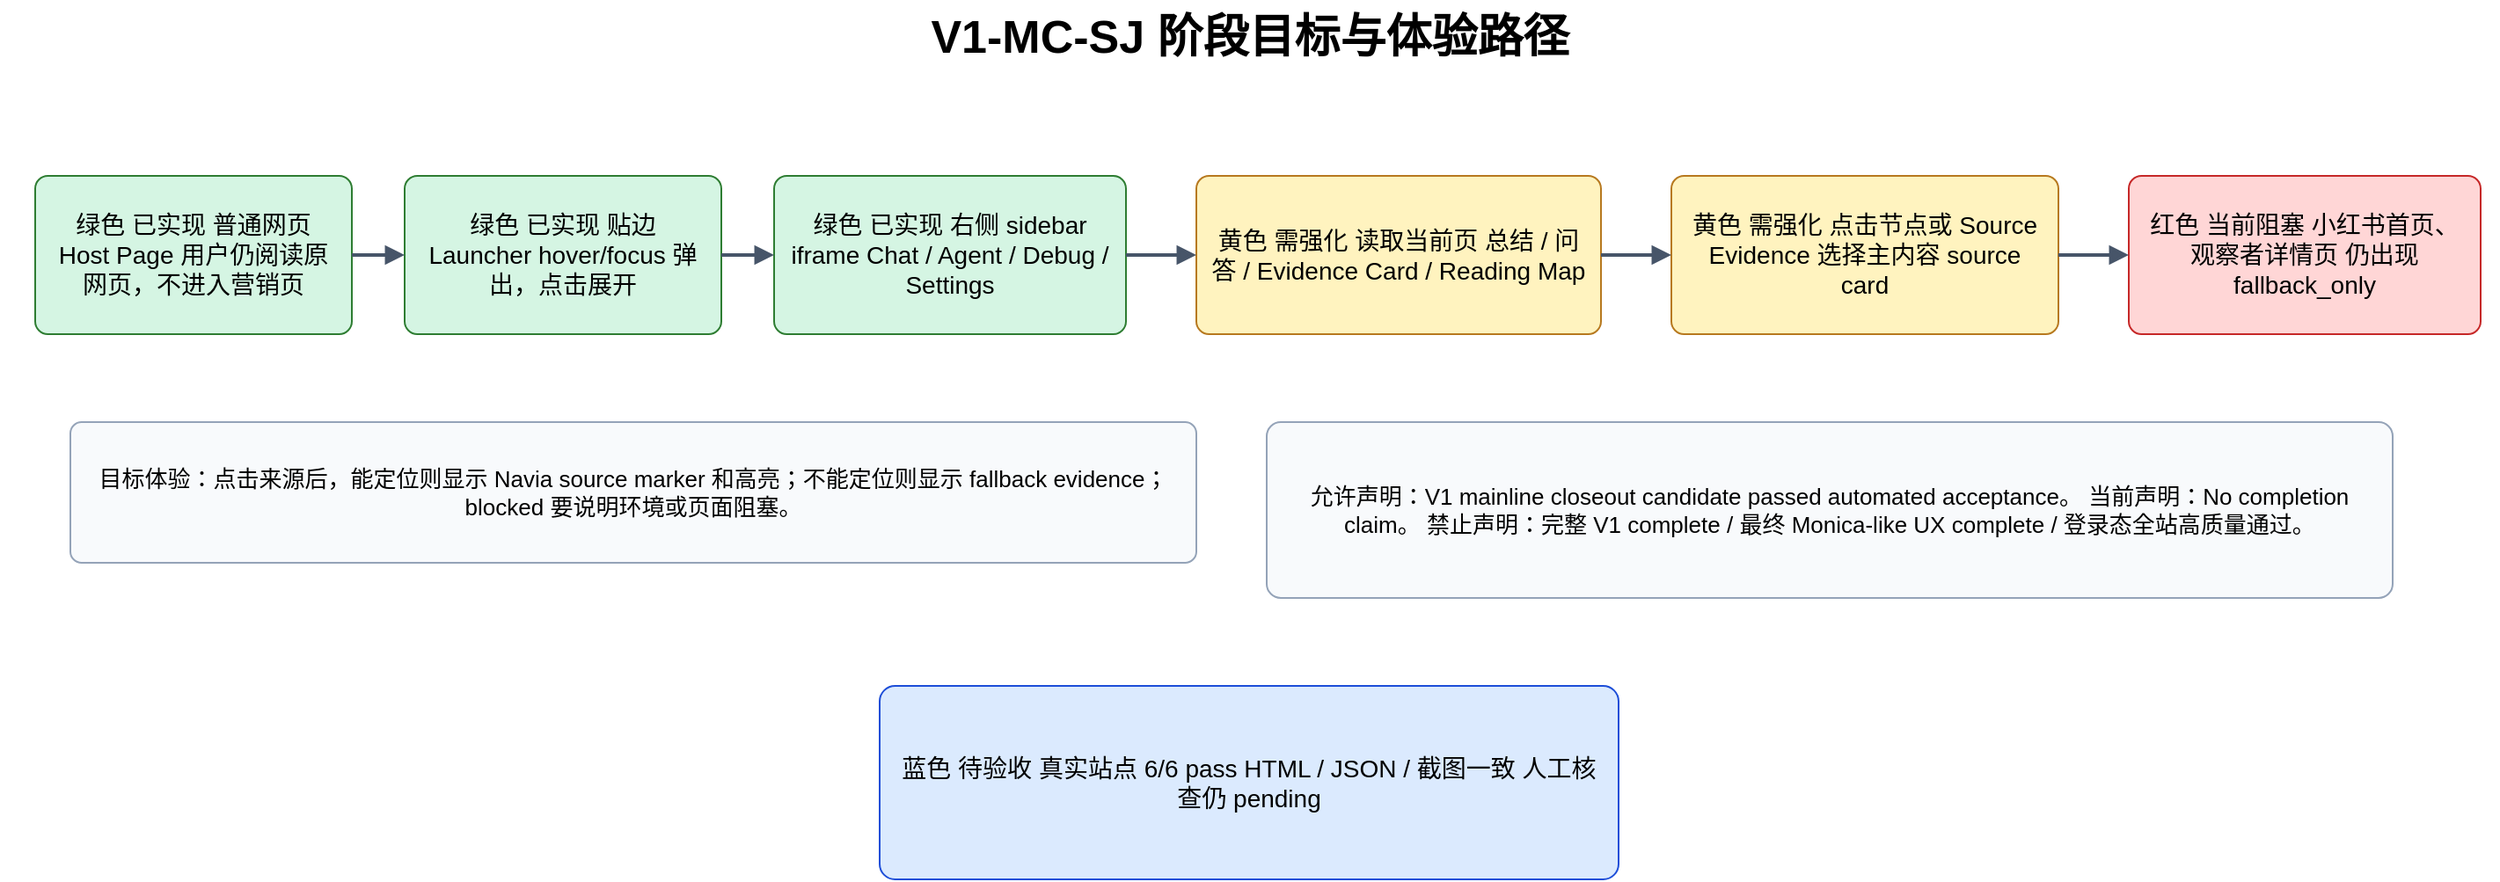
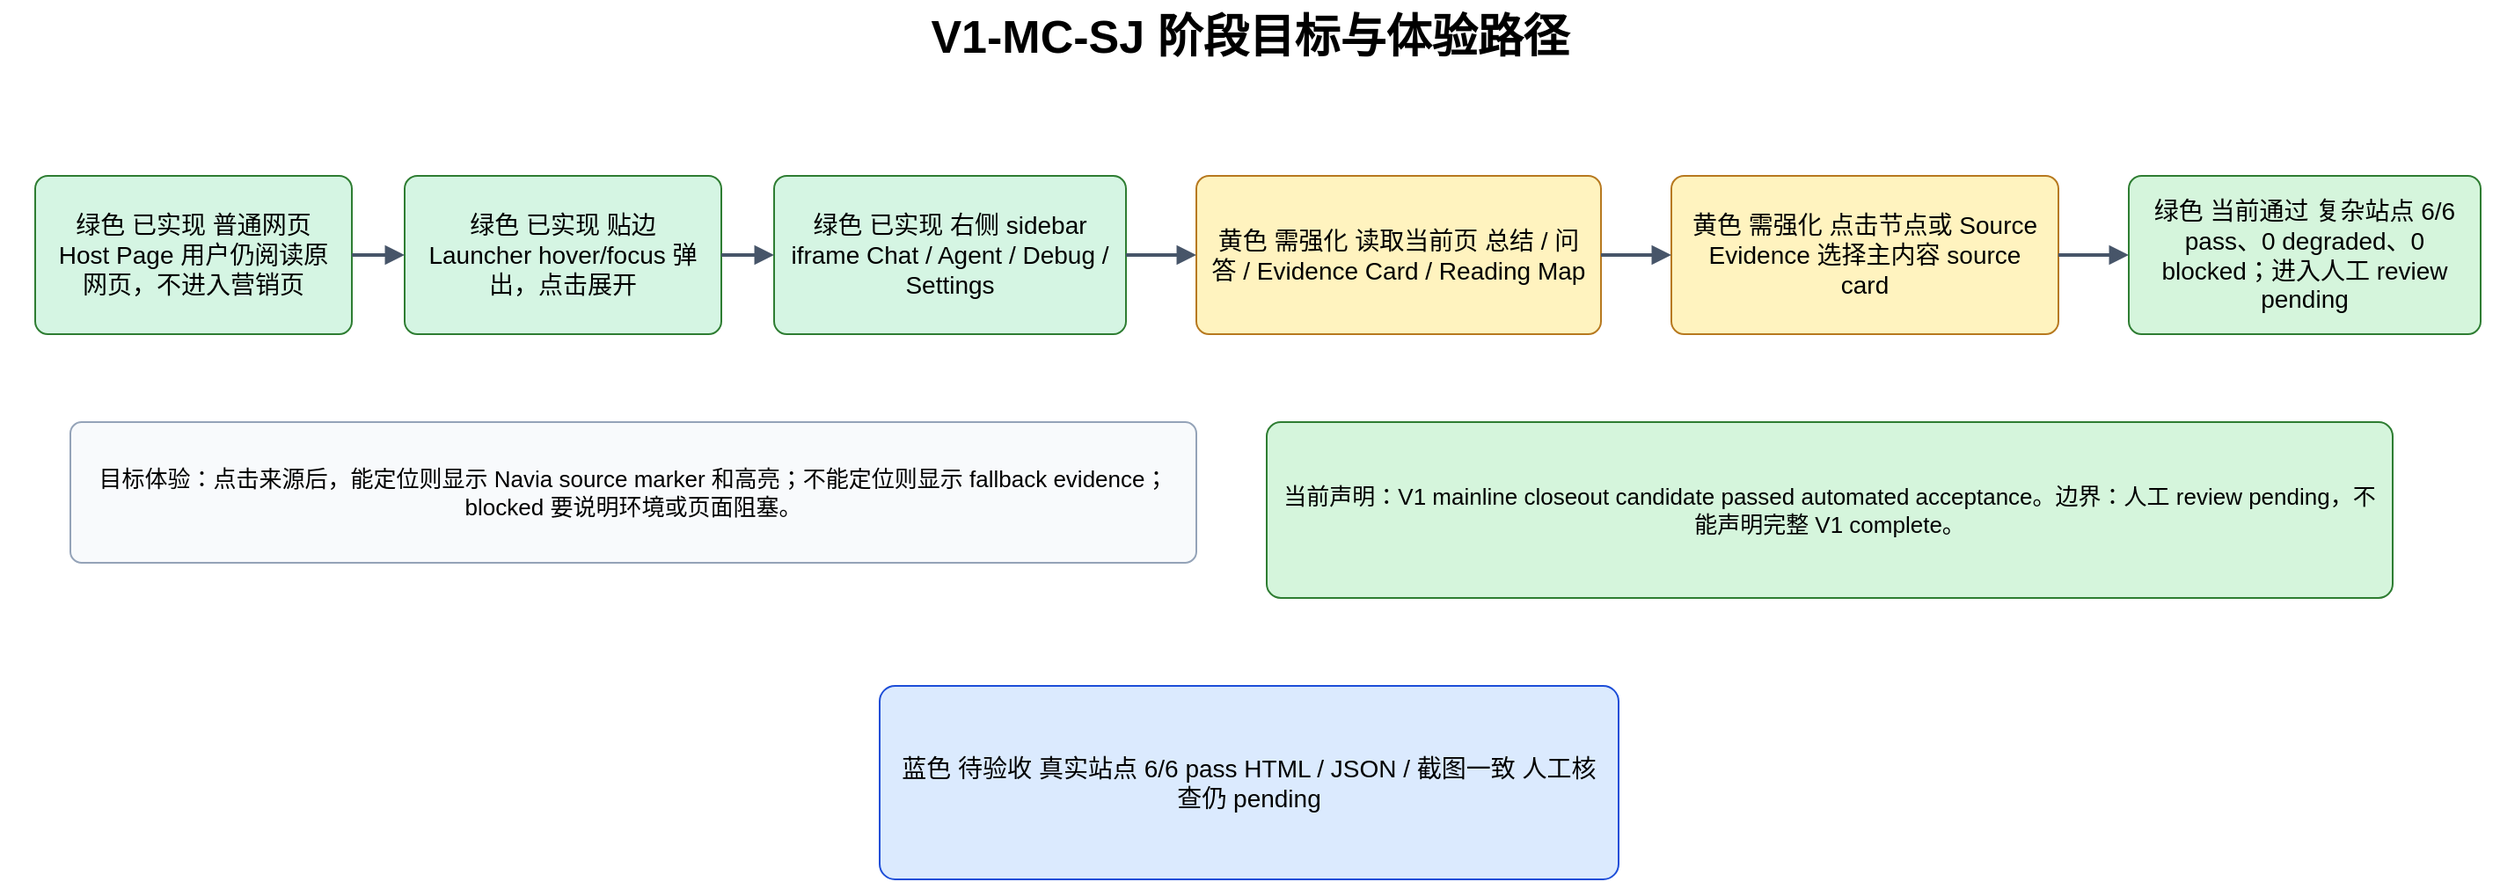
<mxfile host="Electron" agent="Codex" pages="8">
  <diagram id="v1mc-01" name="01 阶段目标与体验路径">
    <mxGraphModel dx="1500" dy="900" grid="1" gridSize="10" guides="1" tooltips="1" connect="1" arrows="1" fold="1" page="1" pageScale="1" pageWidth="1500" pageHeight="900" math="0" shadow="0">
      <root>
        <mxCell id="0" />
        <mxCell id="1" parent="0" />
        <mxCell id="v1mc-01-title" parent="1" style="text;html=1;fontSize=26;fontStyle=1;align=center;verticalAlign=middle;strokeColor=none;fillColor=none;" value="V1-MC-SJ 阶段目标与体验路径" vertex="1">
          <mxGeometry x="40" y="20" width="1420" height="42" as="geometry" />
        </mxCell>
        <mxCell id="c1" parent="1" style="rounded=1;whiteSpace=wrap;html=1;fontSize=14;spacing=8;arcSize=8;fillColor=#d5f5e3;strokeColor=#2e7d32;" value="绿色 已实现 普通网页 Host Page 用户仍阅读原网页，不进入营销页" vertex="1">
          <mxGeometry x="60" y="120" width="180" height="90" as="geometry" />
        </mxCell>
        <mxCell id="c2" parent="1" style="rounded=1;whiteSpace=wrap;html=1;fontSize=14;spacing=8;arcSize=8;fillColor=#d5f5e3;strokeColor=#2e7d32;" value="绿色 已实现 贴边 Launcher hover/focus 弹出，点击展开" vertex="1">
          <mxGeometry x="270" y="120" width="180" height="90" as="geometry" />
        </mxCell>
        <mxCell id="c3" parent="1" style="rounded=1;whiteSpace=wrap;html=1;fontSize=14;spacing=8;arcSize=8;fillColor=#d5f5e3;strokeColor=#2e7d32;" value="绿色 已实现 右侧 sidebar iframe Chat / Agent / Debug / Settings" vertex="1">
          <mxGeometry x="480" y="120" width="200" height="90" as="geometry" />
        </mxCell>
        <mxCell id="c4" parent="1" style="rounded=1;whiteSpace=wrap;html=1;fontSize=14;spacing=8;arcSize=8;fillColor=#fff3bf;strokeColor=#b7791f;" value="黄色 需强化 读取当前页 总结 / 问答 / Evidence Card / Reading Map" vertex="1">
          <mxGeometry x="720" y="120" width="230" height="90" as="geometry" />
        </mxCell>
        <mxCell id="c5" parent="1" style="rounded=1;whiteSpace=wrap;html=1;fontSize=14;spacing=8;arcSize=8;fillColor=#fff3bf;strokeColor=#b7791f;" value="黄色 需强化 点击节点或 Source Evidence 选择主内容 source card" vertex="1">
          <mxGeometry x="990" y="120" width="220" height="90" as="geometry" />
        </mxCell>
-         <mxCell id="c6" parent="1" style="rounded=1;whiteSpace=wrap;html=1;fontSize=14;spacing=8;arcSize=8;fillColor=#ffd6d6;strokeColor=#c62828;" value="红色 当前阻塞 小红书首页、观察者详情页 仍出现 fallback_only" vertex="1">
+         <mxCell id="c6" parent="1" style="rounded=1;whiteSpace=wrap;html=1;fontSize=14;spacing=8;arcSize=8;fillColor=#d5f5dc;strokeColor=#2e7d32;" value="绿色 当前通过 复杂站点 6/6 pass、0 degraded、0 blocked；进入人工 review pending" vertex="1">
          <mxGeometry x="1250" y="120" width="200" height="90" as="geometry" />
        </mxCell>
        <mxCell id="c7" parent="1" style="rounded=1;whiteSpace=wrap;html=1;fontSize=13;spacing=8;arcSize=8;fillColor=#f8fafc;strokeColor=#94a3b8;" value="目标体验：点击来源后，能定位则显示 Navia source marker 和高亮；不能定位则显示 fallback evidence；blocked 要说明环境或页面阻塞。" vertex="1">
          <mxGeometry x="80" y="260" width="640" height="80" as="geometry" />
        </mxCell>
-         <mxCell id="c8" parent="1" style="rounded=1;whiteSpace=wrap;html=1;fontSize=13;spacing=8;arcSize=8;fillColor=#f8fafc;strokeColor=#94a3b8;" value="允许声明：V1 mainline closeout candidate passed automated acceptance。 当前声明：No completion claim。 禁止声明：完整 V1 complete / 最终 Monica-like UX complete / 登录态全站高质量通过。" vertex="1">
+         <mxCell id="c8" parent="1" style="rounded=1;whiteSpace=wrap;html=1;fontSize=13;spacing=8;arcSize=8;fillColor=#d5f5dc;strokeColor=#2e7d32;" value="当前声明：V1 mainline closeout candidate passed automated acceptance。边界：人工 review pending，不能声明完整 V1 complete。" vertex="1">
          <mxGeometry x="760" y="260" width="640" height="100" as="geometry" />
        </mxCell>
        <mxCell id="c9" parent="1" style="rounded=1;whiteSpace=wrap;html=1;fontSize=14;spacing=8;arcSize=8;fillColor=#dbeafe;strokeColor=#1d4ed8;" value="蓝色 待验收 真实站点 6/6 pass HTML / JSON / 截图一致 人工核查仍 pending" vertex="1">
          <mxGeometry x="540" y="410" width="420" height="110" as="geometry" />
        </mxCell>
        <mxCell id="e10" parent="1" style="edgeStyle=orthogonalEdgeStyle;rounded=0;orthogonalLoop=1;jettySize=auto;html=1;endArrow=block;strokeWidth=2;strokeColor=#475569;" value="" edge="1" source="c1" target="c2">
          <mxGeometry relative="1" as="geometry" />
        </mxCell>
        <mxCell id="e11" parent="1" style="edgeStyle=orthogonalEdgeStyle;rounded=0;orthogonalLoop=1;jettySize=auto;html=1;endArrow=block;strokeWidth=2;strokeColor=#475569;" value="" edge="1" source="c2" target="c3">
          <mxGeometry relative="1" as="geometry" />
        </mxCell>
        <mxCell id="e12" parent="1" style="edgeStyle=orthogonalEdgeStyle;rounded=0;orthogonalLoop=1;jettySize=auto;html=1;endArrow=block;strokeWidth=2;strokeColor=#475569;" value="" edge="1" source="c3" target="c4">
          <mxGeometry relative="1" as="geometry" />
        </mxCell>
        <mxCell id="e13" parent="1" style="edgeStyle=orthogonalEdgeStyle;rounded=0;orthogonalLoop=1;jettySize=auto;html=1;endArrow=block;strokeWidth=2;strokeColor=#475569;" value="" edge="1" source="c4" target="c5">
          <mxGeometry relative="1" as="geometry" />
        </mxCell>
        <mxCell id="e14" parent="1" style="edgeStyle=orthogonalEdgeStyle;rounded=0;orthogonalLoop=1;jettySize=auto;html=1;endArrow=block;strokeWidth=2;strokeColor=#475569;" value="" edge="1" source="c5" target="c6">
          <mxGeometry relative="1" as="geometry" />
        </mxCell>
      </root>
    </mxGraphModel>
  </diagram>
  <diagram id="v1mc-02" name="02 当前架构与目标架构差异">
    <mxGraphModel dx="1500" dy="900" grid="1" gridSize="10" guides="1" tooltips="1" connect="1" arrows="1" fold="1" page="1" pageScale="1" pageWidth="1500" pageHeight="900" math="0" shadow="0">
      <root>
        <mxCell id="0" />
        <mxCell id="1" parent="0" />
        <mxCell id="v1mc-02-title" parent="1" style="text;html=1;fontSize=26;fontStyle=1;align=center;verticalAlign=middle;strokeColor=none;fillColor=none;" value="当前架构与目标架构差异：具体实现实体" vertex="1">
          <mxGeometry x="40" y="20" width="1420" height="42" as="geometry" />
        </mxCell>
        <mxCell id="c15" parent="1" style="rounded=1;whiteSpace=wrap;html=1;fontSize=14;spacing=8;arcSize=8;fillColor=#d5f5e3;strokeColor=#2e7d32;" value="绿色 已实现 Host Page DOM 真实网页正文 / feed / 评论 / 推荐 / 登录态差异" vertex="1">
          <mxGeometry x="70" y="95" width="390" height="82" as="geometry" />
        </mxCell>
        <mxCell id="c16" parent="1" style="rounded=1;whiteSpace=wrap;html=1;fontSize=14;spacing=8;arcSize=8;fillColor=#ffffff;strokeColor=#607d8b;" value="目标差异 不让评论/推荐/站点壳主导主内容；public no-login 与 logged-in 分流" vertex="1">
          <mxGeometry x="520" y="95" width="420" height="82" as="geometry" />
        </mxCell>
        <mxCell id="c17" parent="1" style="rounded=1;whiteSpace=wrap;html=1;fontSize=14;spacing=8;arcSize=8;fillColor=#fff3bf;strokeColor=#b7791f;" value="黄色 需修改 pageContext.ts + contentBridge.ts 抽取 DOM signals；执行 source jumpback；注入 launcher/sidebar" vertex="1">
          <mxGeometry x="70" y="210" width="390" height="82" as="geometry" />
        </mxCell>
        <mxCell id="c18" parent="1" style="rounded=1;whiteSpace=wrap;html=1;fontSize=14;spacing=8;arcSize=8;fillColor=#ffffff;strokeColor=#607d8b;" value="目标差异 多 sourceRef / selector / domPath / textQuote / href-card 定位；失败保留 fallback" vertex="1">
          <mxGeometry x="520" y="210" width="420" height="82" as="geometry" />
        </mxCell>
        <mxCell id="c19" parent="1" style="rounded=1;whiteSpace=wrap;html=1;fontSize=14;spacing=8;arcSize=8;fillColor=#fff3bf;strokeColor=#b7791f;" value="黄色 需修改 sidepanel/main.tsx + B Renderer ArtifactInlineCard / mindmapPresentation / Reading Map / source card 排序" vertex="1">
          <mxGeometry x="70" y="325" width="390" height="82" as="geometry" />
        </mxCell>
        <mxCell id="c20" parent="1" style="rounded=1;whiteSpace=wrap;html=1;fontSize=14;spacing=8;arcSize=8;fillColor=#ffffff;strokeColor=#607d8b;" value="目标差异 source card 主内容优先；E2E 记录 selectedSourceCardIndex 和 reason" vertex="1">
          <mxGeometry x="520" y="325" width="420" height="82" as="geometry" />
        </mxCell>
        <mxCell id="c21" parent="1" style="rounded=1;whiteSpace=wrap;html=1;fontSize=14;spacing=8;arcSize=8;fillColor=#d5f5e3;strokeColor=#2e7d32;" value="绿色 已实现 runtimeClient.ts + background proxy /v1/health、session、chat stream、runtimeFetch/runtimeStream" vertex="1">
          <mxGeometry x="70" y="440" width="390" height="82" as="geometry" />
        </mxCell>
        <mxCell id="c22" parent="1" style="rounded=1;whiteSpace=wrap;html=1;fontSize=14;spacing=8;arcSize=8;fillColor=#ffffff;strokeColor=#607d8b;" value="目标差异 不新增 Runtime public API；错误保持可审计" vertex="1">
          <mxGeometry x="520" y="440" width="420" height="82" as="geometry" />
        </mxCell>
        <mxCell id="c23" parent="1" style="rounded=1;whiteSpace=wrap;html=1;fontSize=14;spacing=8;arcSize=8;fillColor=#fff3bf;strokeColor=#b7791f;" value="黄色 需修改 Local Runtime A/D/C A Page Reading SourceRef；D Artifact/Event/Trace；C Mindmap nodeSourceMap" vertex="1">
          <mxGeometry x="70" y="555" width="390" height="82" as="geometry" />
        </mxCell>
        <mxCell id="c24" parent="1" style="rounded=1;whiteSpace=wrap;html=1;fontSize=14;spacing=8;arcSize=8;fillColor=#ffffff;strokeColor=#607d8b;" value="目标差异 A/C/D 不被 UI 反向污染；只改善 SourceRef 和 nodeSourceMap 质量" vertex="1">
          <mxGeometry x="520" y="555" width="420" height="82" as="geometry" />
        </mxCell>
        <mxCell id="c25" parent="1" style="rounded=1;whiteSpace=wrap;html=1;fontSize=14;spacing=8;arcSize=8;fillColor=#dbeafe;strokeColor=#1d4ed8;" value="蓝色 待验收 E2E + evidence reports v1_real_site_complex_pages / external_visual / mainline_closeout" vertex="1">
          <mxGeometry x="70" y="670" width="390" height="82" as="geometry" />
        </mxCell>
-         <mxCell id="c26" parent="1" style="rounded=1;whiteSpace=wrap;html=1;fontSize=14;spacing=8;arcSize=8;fillColor=#ffffff;strokeColor=#607d8b;" value="目标差异 6/6 pass 才能 candidate pass；失败时 no-completion claim" vertex="1">
+         <mxCell id="c26" parent="1" style="rounded=1;whiteSpace=wrap;html=1;fontSize=14;spacing=8;arcSize=8;fillColor=#d5f5dc;strokeColor=#2e7d32;" value="目标差异 当前 real-site 6/6 pass，V1-MC 自动化候选通过；人工 review 前不得声明完整 V1 complete" vertex="1">
          <mxGeometry x="520" y="670" width="420" height="82" as="geometry" />
        </mxCell>
-         <mxCell id="c27" parent="1" style="rounded=1;whiteSpace=wrap;html=1;fontSize=14;spacing=8;arcSize=8;fillColor=#ffd6d6;strokeColor=#c62828;" value="红色 阻塞 xiaohongshu-homepage fallback_shown source_not_found_in_dom" vertex="1">
+         <mxCell id="c27" parent="1" style="rounded=1;whiteSpace=wrap;html=1;fontSize=14;spacing=8;arcSize=8;fillColor=#fff3cd;strokeColor=#b26a00;" value="黄色 回归风险 小红书首页 / 详情当前已恢复 highlighted；若未来 blocked 或 fallback 必须打回质量硬化并撤回候选通过" vertex="1">
          <mxGeometry x="1020" y="145" width="330" height="95" as="geometry" />
        </mxCell>
-         <mxCell id="c28" parent="1" style="rounded=1;whiteSpace=wrap;html=1;fontSize=14;spacing=8;arcSize=8;fillColor=#ffd6d6;strokeColor=#c62828;" value="红色 阻塞 guancha-detail fallback_shown source card 可能指向评论/推荐/最新视频" vertex="1">
+         <mxCell id="c28" parent="1" style="rounded=1;whiteSpace=wrap;html=1;fontSize=14;spacing=8;arcSize=8;fillColor=#fff3bf;strokeColor=#b7791f;" value="黄色 复验风险 guancha-detail source card 可能指向评论/推荐/最新视频" vertex="1">
          <mxGeometry x="1020" y="285" width="330" height="110" as="geometry" />
        </mxCell>
-         <mxCell id="c29" parent="1" style="rounded=1;whiteSpace=wrap;html=1;fontSize=14;spacing=8;arcSize=8;fillColor=#eeeeee;strokeColor=#666666;" value="图例：绿色=已实现/已通过；黄色=需修改；蓝色=待验收；红色=阻塞/false-green 风险；灰色=历史或保留入口。" vertex="1">
+         <mxCell id="c29" parent="1" style="rounded=1;whiteSpace=wrap;html=1;fontSize=14;spacing=8;arcSize=8;fillColor=#eeeeee;strokeColor=#666666;" value="图例：绿色=已实现/已通过；黄色=需修改或复验风险；蓝色=待验收；红色=false-green 风险或禁止声明；灰色=历史或保留入口。" vertex="1">
          <mxGeometry x="970" y="500" width="420" height="105" as="geometry" />
        </mxCell>
        <mxCell id="e30" parent="1" style="edgeStyle=orthogonalEdgeStyle;rounded=0;orthogonalLoop=1;jettySize=auto;html=1;endArrow=block;strokeWidth=2;strokeColor=#475569;" value="DOM signals" edge="1" source="c15" target="c17">
          <mxGeometry relative="1" as="geometry" />
        </mxCell>
        <mxCell id="e31" parent="1" style="edgeStyle=orthogonalEdgeStyle;rounded=0;orthogonalLoop=1;jettySize=auto;html=1;endArrow=block;strokeWidth=2;strokeColor=#475569;" value="page context + jumpback result" edge="1" source="c17" target="c19">
          <mxGeometry relative="1" as="geometry" />
        </mxCell>
        <mxCell id="e32" parent="1" style="edgeStyle=orthogonalEdgeStyle;rounded=0;orthogonalLoop=1;jettySize=auto;html=1;endArrow=block;strokeWidth=2;strokeColor=#475569;" value="runtime requests" edge="1" source="c19" target="c21">
          <mxGeometry relative="1" as="geometry" />
        </mxCell>
        <mxCell id="e33" parent="1" style="edgeStyle=orthogonalEdgeStyle;rounded=0;orthogonalLoop=1;jettySize=auto;html=1;endArrow=block;strokeWidth=2;strokeColor=#475569;" value="HTTP/SSE" edge="1" source="c21" target="c23">
          <mxGeometry relative="1" as="geometry" />
        </mxCell>
        <mxCell id="e34" parent="1" style="edgeStyle=orthogonalEdgeStyle;rounded=0;orthogonalLoop=1;jettySize=auto;html=1;endArrow=block;strokeWidth=2;strokeColor=#475569;" value="artifacts + evidence" edge="1" source="c23" target="c25">
          <mxGeometry relative="1" as="geometry" />
        </mxCell>
      </root>
    </mxGraphModel>
  </diagram>
  <diagram id="v1mc-03" name="03 目标架构交互链路">
-     <mxGraphModel dx="1500" dy="900" grid="1" gridSize="10" guides="1" tooltips="1" connect="1" arrows="1" fold="1" page="1" pageScale="1" pageWidth="1500" pageHeight="900" math="0" shadow="0">
+     <mxGraphModel dx="1653" dy="842" grid="1" gridSize="10" guides="1" tooltips="1" connect="1" arrows="1" fold="1" page="1" pageScale="1" pageWidth="1500" pageHeight="900" math="0" shadow="0">
      <root>
        <mxCell id="0" />
        <mxCell id="1" parent="0" />
        <mxCell id="v1mc-03-title" parent="1" style="text;html=1;fontSize=26;fontStyle=1;align=center;verticalAlign=middle;strokeColor=none;fillColor=none;" value="目标架构交互链路与责任边界" vertex="1">
-           <mxGeometry x="40" y="20" width="1420" height="42" as="geometry" />
+           <mxGeometry height="42" width="1420" x="40" y="20" as="geometry" />
        </mxCell>
        <mxCell id="c35" parent="1" style="rounded=1;whiteSpace=wrap;html=1;fontSize=14;spacing=8;arcSize=8;fillColor=#fff3bf;strokeColor=#b7791f;" value="A Page Reading services/local-runtime/.../page_reading 输出 StructuredPageContext / SourceRef / quality" vertex="1">
-           <mxGeometry x="80" y="120" width="300" height="95" as="geometry" />
+           <mxGeometry height="95" width="300" x="80" y="120" as="geometry" />
        </mxCell>
        <mxCell id="c36" parent="1" style="rounded=1;whiteSpace=wrap;html=1;fontSize=14;spacing=8;arcSize=8;fillColor=#d5f5e3;strokeColor=#2e7d32;" value="D Adapter Boundary agent_loop / adapters 唯一 Artifact / Event / Trace 映射边界" vertex="1">
-           <mxGeometry x="430" y="120" width="300" height="95" as="geometry" />
+           <mxGeometry height="95" width="300" x="430" y="120" as="geometry" />
        </mxCell>
        <mxCell id="c37" parent="1" style="rounded=1;whiteSpace=wrap;html=1;fontSize=14;spacing=8;arcSize=8;fillColor=#fff3bf;strokeColor=#b7791f;" value="C Mindmap modules/mindmap digest-first nodes + nodeSourceMap" vertex="1">
-           <mxGeometry x="780" y="120" width="300" height="95" as="geometry" />
+           <mxGeometry height="95" width="300" x="780" y="120" as="geometry" />
        </mxCell>
        <mxCell id="c38" parent="1" style="rounded=1;whiteSpace=wrap;html=1;fontSize=14;spacing=8;arcSize=8;fillColor=#fff3bf;strokeColor=#b7791f;" value="B Renderer chat_renderer / mindmap_renderer Evidence Card / Reading Map / source card 排序" vertex="1">
-           <mxGeometry x="1130" y="120" width="300" height="95" as="geometry" />
+           <mxGeometry height="95" width="300" x="1130" y="120" as="geometry" />
        </mxCell>
        <mxCell id="c39" parent="1" style="rounded=1;whiteSpace=wrap;html=1;fontSize=14;spacing=8;arcSize=8;fillColor=#dbeafe;strokeColor=#1d4ed8;" value="用户动作 点击 Mindmap 节点或 Source Evidence 必须由用户触发" vertex="1">
-           <mxGeometry x="190" y="320" width="300" height="90" as="geometry" />
+           <mxGeometry height="90" width="300" x="190" y="320" as="geometry" />
        </mxCell>
        <mxCell id="c40" parent="1" style="rounded=1;whiteSpace=wrap;html=1;fontSize=14;spacing=8;arcSize=8;fillColor=#fff3bf;strokeColor=#b7791f;" value="sidepanel/main.tsx jumpback_source_card 记录 selectedSourceCardIndex / reason" vertex="1">
-           <mxGeometry x="580" y="320" width="340" height="90" as="geometry" />
+           <mxGeometry height="90" width="340" x="580" y="320" as="geometry" />
        </mxCell>
        <mxCell id="c41" parent="1" style="rounded=1;whiteSpace=wrap;html=1;fontSize=14;spacing=8;arcSize=8;fillColor=#fff3bf;strokeColor=#b7791f;" value="contentBridge.ts navia.jumpToSource selector / domPath / textQuote / href-card matching" vertex="1">
-           <mxGeometry x="1010" y="320" width="350" height="90" as="geometry" />
+           <mxGeometry height="90" width="350" x="1010" y="320" as="geometry" />
        </mxCell>
        <mxCell id="c42" parent="1" style="rounded=1;whiteSpace=wrap;html=1;fontSize=14;spacing=8;arcSize=8;fillColor=#dbeafe;strokeColor=#1d4ed8;" value="结果三态 highlighted + marker fallback_shown + evidence blocked + reason" vertex="1">
-           <mxGeometry x="580" y="530" width="340" height="110" as="geometry" />
+           <mxGeometry height="110" width="340" x="1015" y="530" as="geometry" />
        </mxCell>
        <mxCell id="c43" parent="1" style="rounded=1;whiteSpace=wrap;html=1;fontSize=13;spacing=8;arcSize=8;fillColor=#f8fafc;strokeColor=#94a3b8;" value="越界禁止：B 不生成事实内容；A/C 不调用 content script；content script 不自动浏览器任务；本阶段不新增 Runtime public API。" vertex="1">
-           <mxGeometry x="160" y="705" width="1180" height="85" as="geometry" />
-         </mxCell>
-         <mxCell id="e44" parent="1" style="edgeStyle=orthogonalEdgeStyle;rounded=0;orthogonalLoop=1;jettySize=auto;html=1;endArrow=block;strokeWidth=2;strokeColor=#475569;" value="ToolResult" edge="1" source="c35" target="c36">
-           <mxGeometry relative="1" as="geometry" />
-         </mxCell>
-         <mxCell id="e45" parent="1" style="edgeStyle=orthogonalEdgeStyle;rounded=0;orthogonalLoop=1;jettySize=auto;html=1;endArrow=block;strokeWidth=2;strokeColor=#475569;" value="Artifact input" edge="1" source="c36" target="c37">
-           <mxGeometry relative="1" as="geometry" />
-         </mxCell>
-         <mxCell id="e46" parent="1" style="edgeStyle=orthogonalEdgeStyle;rounded=0;orthogonalLoop=1;jettySize=auto;html=1;endArrow=block;strokeWidth=2;strokeColor=#475569;" value="mindmap artifact" edge="1" source="c37" target="c38">
-           <mxGeometry relative="1" as="geometry" />
-         </mxCell>
-         <mxCell id="e47" parent="1" style="edgeStyle=orthogonalEdgeStyle;rounded=0;orthogonalLoop=1;jettySize=auto;html=1;endArrow=block;strokeWidth=2;strokeColor=#475569;" value="click" edge="1" source="c39" target="c40">
-           <mxGeometry relative="1" as="geometry" />
-         </mxCell>
-         <mxCell id="e48" parent="1" style="edgeStyle=orthogonalEdgeStyle;rounded=0;orthogonalLoop=1;jettySize=auto;html=1;endArrow=block;strokeWidth=2;strokeColor=#475569;" value="jumpback request" edge="1" source="c40" target="c41">
-           <mxGeometry relative="1" as="geometry" />
-         </mxCell>
-         <mxCell id="e49" parent="1" style="edgeStyle=orthogonalEdgeStyle;rounded=0;orthogonalLoop=1;jettySize=auto;html=1;endArrow=block;strokeWidth=2;strokeColor=#475569;" value="status" edge="1" source="c41" target="c42">
+           <mxGeometry height="85" width="1180" x="160" y="705" as="geometry" />
+         </mxCell>
+         <mxCell id="e44" edge="1" parent="1" source="c35" style="edgeStyle=orthogonalEdgeStyle;rounded=0;orthogonalLoop=1;jettySize=auto;html=1;endArrow=block;strokeWidth=2;strokeColor=#475569;" target="c36" value="ToolResult">
+           <mxGeometry relative="1" as="geometry" />
+         </mxCell>
+         <mxCell id="e45" edge="1" parent="1" source="c36" style="edgeStyle=orthogonalEdgeStyle;rounded=0;orthogonalLoop=1;jettySize=auto;html=1;endArrow=block;strokeWidth=2;strokeColor=#475569;" target="c37" value="Artifact input">
+           <mxGeometry relative="1" as="geometry" />
+         </mxCell>
+         <mxCell id="e46" edge="1" parent="1" source="c37" style="edgeStyle=orthogonalEdgeStyle;rounded=0;orthogonalLoop=1;jettySize=auto;html=1;endArrow=block;strokeWidth=2;strokeColor=#475569;" target="c38" value="mindmap artifact">
+           <mxGeometry relative="1" as="geometry" />
+         </mxCell>
+         <mxCell id="e47" edge="1" parent="1" source="c39" style="edgeStyle=orthogonalEdgeStyle;rounded=0;orthogonalLoop=1;jettySize=auto;html=1;endArrow=block;strokeWidth=2;strokeColor=#475569;" target="c40" value="click">
+           <mxGeometry relative="1" as="geometry" />
+         </mxCell>
+         <mxCell id="e48" edge="1" parent="1" source="c40" style="edgeStyle=orthogonalEdgeStyle;rounded=0;orthogonalLoop=1;jettySize=auto;html=1;endArrow=block;strokeWidth=2;strokeColor=#475569;" target="c41" value="jumpback request">
+           <mxGeometry relative="1" as="geometry" />
+         </mxCell>
+         <mxCell id="e49" edge="1" parent="1" source="c41" style="edgeStyle=orthogonalEdgeStyle;rounded=0;orthogonalLoop=1;jettySize=auto;html=1;endArrow=block;strokeWidth=2;strokeColor=#475569;" target="c42" value="status">
          <mxGeometry relative="1" as="geometry" />
        </mxCell>
      </root>
    </mxGraphModel>
  </diagram>
  <diagram id="v1mc-04" name="04 复杂站点质量链路">
    <mxGraphModel dx="1500" dy="900" grid="1" gridSize="10" guides="1" tooltips="1" connect="1" arrows="1" fold="1" page="1" pageScale="1" pageWidth="1500" pageHeight="900" math="0" shadow="0">
      <root>
        <mxCell id="0" />
        <mxCell id="1" parent="0" />
-         <mxCell id="v1mc-04-title" parent="1" style="text;html=1;fontSize=26;fontStyle=1;align=center;verticalAlign=middle;strokeColor=none;fillColor=none;" value="复杂站点质量链路：阻塞与修复目标" vertex="1">
+         <mxCell id="v1mc-04-title" parent="1" style="text;html=1;fontSize=26;fontStyle=1;align=center;verticalAlign=middle;strokeColor=none;fillColor=none;" value="复杂站点质量链路：复验风险与硬化目标" vertex="1">
          <mxGeometry x="40" y="20" width="1420" height="42" as="geometry" />
        </mxCell>
        <mxCell id="c50" parent="1" style="rounded=1;whiteSpace=wrap;html=1;fontSize=14;spacing=8;arcSize=8;fillColor=#d5f5e3;strokeColor=#2e7d32;" value="B站详情页 绿色 当前通过但需保留 fresh validation 标题 / 简介 / UP主 / 发布时间 / 播放弹幕进入主节点" vertex="1">
          <mxGeometry x="70" y="110" width="390" height="115" as="geometry" />
        </mxCell>
-         <mxCell id="c51" parent="1" style="rounded=1;whiteSpace=wrap;html=1;fontSize=14;spacing=8;arcSize=8;fillColor=#ffd6d6;strokeColor=#c62828;" value="小红书首页 红色 当前阻塞 feed 文本拼接导致 source_not_found_in_dom 目标：feed card 级 sourceRef + card/href/text 匹配" vertex="1">
+         <mxCell id="c51" parent="1" style="rounded=1;whiteSpace=wrap;html=1;fontSize=14;spacing=8;arcSize=8;fillColor=#d5f5dc;strokeColor=#2e7d32;" value="小红书首页/详情 当前通过 目标已闭环：feed card / detail body 级 sourceRef + card/href/text 多线索匹配" vertex="1">
          <mxGeometry x="550" y="110" width="390" height="130" as="geometry" />
        </mxCell>
-         <mxCell id="c52" parent="1" style="rounded=1;whiteSpace=wrap;html=1;fontSize=14;spacing=8;arcSize=8;fillColor=#ffd6d6;strokeColor=#c62828;" value="观察者详情页 红色 当前阻塞 评论 / 推荐 / 最新视频可能排在正文前 目标：article 正文、标题、作者、时间优先" vertex="1">
+         <mxCell id="c52" parent="1" style="rounded=1;whiteSpace=wrap;html=1;fontSize=14;spacing=8;arcSize=8;fillColor=#fff3bf;strokeColor=#b7791f;" value="观察者详情页 黄色 复验风险 评论 / 推荐 / 最新视频可能排在正文前 目标：article 正文、标题、作者、时间优先" vertex="1">
          <mxGeometry x="1030" y="110" width="390" height="130" as="geometry" />
        </mxCell>
        <mxCell id="c53" parent="1" style="rounded=1;whiteSpace=wrap;html=1;fontSize=14;spacing=8;arcSize=8;fillColor=#fff3bf;strokeColor=#b7791f;" value="A Page Reading 黄色 需修改 主内容提权、噪声降权、SourceRef selector/textQuote/fallbackText 质量" vertex="1">
          <mxGeometry x="95" y="315" width="350" height="110" as="geometry" />
        </mxCell>
        <mxCell id="c54" parent="1" style="rounded=1;whiteSpace=wrap;html=1;fontSize=14;spacing=8;arcSize=8;fillColor=#fff3bf;strokeColor=#b7791f;" value="C/B 排序 黄色 需修改 root / 高层节点 / source card 不默认指向评论、推荐、侧栏" vertex="1">
          <mxGeometry x="575" y="315" width="350" height="110" as="geometry" />
        </mxCell>
        <mxCell id="c55" parent="1" style="rounded=1;whiteSpace=wrap;html=1;fontSize=14;spacing=8;arcSize=8;fillColor=#fff3bf;strokeColor=#b7791f;" value="Content Script Jumpback 黄色 需修改 多个 sourceRef + 多线索定位；成功 marker；失败 fallback" vertex="1">
          <mxGeometry x="1055" y="315" width="350" height="110" as="geometry" />
        </mxCell>
        <mxCell id="c56" parent="1" style="rounded=1;whiteSpace=wrap;html=1;fontSize=14;spacing=8;arcSize=8;fillColor=#dbeafe;strokeColor=#1d4ed8;" value="验收报告 蓝色 待验收 每样本记录 public no-login / cookie-injected / logged-in、selected card、reason、status" vertex="1">
          <mxGeometry x="330" y="540" width="830" height="110" as="geometry" />
        </mxCell>
-         <mxCell id="c57" parent="1" style="rounded=1;whiteSpace=wrap;html=1;fontSize=13;spacing=8;arcSize=8;fillColor=#f8fafc;strokeColor=#94a3b8;" value="No-Go：fallback 不能冒充 highlighted；public no-login 不能冒充 logged-in；小红书首页或观察者详情页 fallback-only 时不能声明复杂站点矩阵通过。" vertex="1">
+         <mxCell id="c57" parent="1" style="rounded=1;whiteSpace=wrap;html=1;fontSize=13;spacing=8;arcSize=8;fillColor=#f8fafc;strokeColor=#94a3b8;" value="No-Go：fallback 不能冒充 highlighted；public no-login 不能冒充 logged-in；fresh validation 出现 fallback-only 时不能声明复杂站点矩阵通过。" vertex="1">
          <mxGeometry x="190" y="710" width="1120" height="80" as="geometry" />
        </mxCell>
      </root>
    </mxGraphModel>
  </diagram>
  <diagram id="v1mc-05" name="05 开发及验收计划">
    <mxGraphModel dx="1500" dy="900" grid="1" gridSize="10" guides="1" tooltips="1" connect="1" arrows="1" fold="1" page="1" pageScale="1" pageWidth="1500" pageHeight="900" math="0" shadow="0">
      <root>
        <mxCell id="0" />
        <mxCell id="1" parent="0" />
        <mxCell id="v1mc-05-title" parent="1" style="text;html=1;fontSize=26;fontStyle=1;align=center;verticalAlign=middle;strokeColor=none;fillColor=none;" value="开发及验收计划：V1-MC-SJ 闭环" vertex="1">
          <mxGeometry x="40" y="20" width="1420" height="42" as="geometry" />
        </mxCell>
        <mxCell id="c58" parent="1" style="rounded=1;whiteSpace=wrap;html=1;fontSize=14;spacing=8;arcSize=8;fillColor=#dbeafe;strokeColor=#1d4ed8;" value="V1-MC-SJ-0 文档与审计冻结 PRD/架构/计划/验收/drawio 同步" vertex="1">
          <mxGeometry x="70" y="130" width="200" height="125" as="geometry" />
        </mxCell>
        <mxCell id="c59" parent="1" style="rounded=1;whiteSpace=wrap;html=1;fontSize=14;spacing=8;arcSize=8;fillColor=#fff3bf;strokeColor=#b7791f;" value="V1-MC-SJ-1 A SourceRef 质量 主内容识别和噪声降权" vertex="1">
          <mxGeometry x="305" y="130" width="200" height="125" as="geometry" />
        </mxCell>
        <mxCell id="c60" parent="1" style="rounded=1;whiteSpace=wrap;html=1;fontSize=14;spacing=8;arcSize=8;fillColor=#fff3bf;strokeColor=#b7791f;" value="V1-MC-SJ-2 C/B source card 排序 正文和可定位来源优先" vertex="1">
          <mxGeometry x="540" y="130" width="200" height="125" as="geometry" />
        </mxCell>
        <mxCell id="c61" parent="1" style="rounded=1;whiteSpace=wrap;html=1;fontSize=14;spacing=8;arcSize=8;fillColor=#fff3bf;strokeColor=#b7791f;" value="V1-MC-SJ-3 Content Script jumpback 多 sourceRef 多线索定位" vertex="1">
          <mxGeometry x="775" y="130" width="200" height="125" as="geometry" />
        </mxCell>
        <mxCell id="c62" parent="1" style="rounded=1;whiteSpace=wrap;html=1;fontSize=14;spacing=8;arcSize=8;fillColor=#fff3bf;strokeColor=#b7791f;" value="V1-MC-SJ-4 E2E 与报告语义 headless-first / mute-audio / 选择原因" vertex="1">
          <mxGeometry x="1010" y="130" width="200" height="125" as="geometry" />
        </mxCell>
-         <mxCell id="c63" parent="1" style="rounded=1;whiteSpace=wrap;html=1;fontSize=14;spacing=8;arcSize=8;fillColor=#dbeafe;strokeColor=#1d4ed8;" value="V1-MC-SJ-5 真实站点复验 6/6 pass 后再聚合 V1-MC" vertex="1">
+         <mxCell id="c63" parent="1" style="rounded=1;whiteSpace=wrap;html=1;fontSize=14;spacing=8;arcSize=8;fillColor=#dbeafe;strokeColor=#1d4ed8;" value="V1-MC-SJ-5 真实站点复验 6/6 pass 后才恢复 V1-MC candidate claim" vertex="1">
          <mxGeometry x="1245" y="130" width="200" height="125" as="geometry" />
        </mxCell>
-         <mxCell id="c64" parent="1" style="rounded=1;whiteSpace=wrap;html=1;fontSize=14;spacing=8;arcSize=8;fillColor=#ffd6d6;strokeColor=#c62828;" value="失败打回规则 任一 real-site 样本 degraded/blocked -&gt; 不进入 candidate pass 总报告与上游 report 不一致 -&gt; 打回报告生成" vertex="1">
+         <mxCell id="c64" parent="1" style="rounded=1;whiteSpace=wrap;html=1;fontSize=14;spacing=8;arcSize=8;fillColor=#ffd6d6;strokeColor=#c62828;" value="失败打回规则 fresh validation 任一 real-site 样本 degraded/blocked -&gt; 撤回 candidate pass 总报告与上游 report 不一致 -&gt; 打回报告生成" vertex="1">
          <mxGeometry x="130" y="350" width="560" height="130" as="geometry" />
        </mxCell>
        <mxCell id="c65" parent="1" style="rounded=1;whiteSpace=wrap;html=1;fontSize=14;spacing=8;arcSize=8;fillColor=#dbeafe;strokeColor=#1d4ed8;" value="验收产物 report.json / acceptance-report.html / prd-review.md / false-green-audit.md / screenshots / human-review-checklist pending" vertex="1">
          <mxGeometry x="810" y="350" width="560" height="130" as="geometry" />
        </mxCell>
        <mxCell id="c66" parent="1" style="rounded=1;whiteSpace=wrap;html=1;fontSize=14;spacing=8;arcSize=8;fillColor=#eeeeee;strokeColor=#666666;" value="固定复验命令 NAVIA_REAL_SITE_HEADLESS=1 npm --prefix apps/chrome-extension run e2e:chrome:real-site-diagnostics NAVIA_REAL_SITE_HEADLESS=1 npm --prefix apps/chrome-extension run e2e:chrome:external-visual-acceptance node apps/chrome-extension/e2e/generate-v1-mainline-closeout-report.mjs" vertex="1">
          <mxGeometry x="180" y="560" width="1140" height="145" as="geometry" />
        </mxCell>
        <mxCell id="e67" parent="1" style="edgeStyle=orthogonalEdgeStyle;rounded=0;orthogonalLoop=1;jettySize=auto;html=1;endArrow=block;strokeWidth=2;strokeColor=#475569;" value="" edge="1" source="c58" target="c59">
          <mxGeometry relative="1" as="geometry" />
        </mxCell>
        <mxCell id="e68" parent="1" style="edgeStyle=orthogonalEdgeStyle;rounded=0;orthogonalLoop=1;jettySize=auto;html=1;endArrow=block;strokeWidth=2;strokeColor=#475569;" value="" edge="1" source="c59" target="c60">
          <mxGeometry relative="1" as="geometry" />
        </mxCell>
        <mxCell id="e69" parent="1" style="edgeStyle=orthogonalEdgeStyle;rounded=0;orthogonalLoop=1;jettySize=auto;html=1;endArrow=block;strokeWidth=2;strokeColor=#475569;" value="" edge="1" source="c60" target="c61">
          <mxGeometry relative="1" as="geometry" />
        </mxCell>
        <mxCell id="e70" parent="1" style="edgeStyle=orthogonalEdgeStyle;rounded=0;orthogonalLoop=1;jettySize=auto;html=1;endArrow=block;strokeWidth=2;strokeColor=#475569;" value="" edge="1" source="c61" target="c62">
          <mxGeometry relative="1" as="geometry" />
        </mxCell>
        <mxCell id="e71" parent="1" style="edgeStyle=orthogonalEdgeStyle;rounded=0;orthogonalLoop=1;jettySize=auto;html=1;endArrow=block;strokeWidth=2;strokeColor=#475569;" value="" edge="1" source="c62" target="c63">
          <mxGeometry relative="1" as="geometry" />
        </mxCell>
      </root>
    </mxGraphModel>
  </diagram>
  <diagram id="v1mc-06" name="06 项目里程碑与证据矩阵">
    <mxGraphModel dx="1500" dy="900" grid="1" gridSize="10" guides="1" tooltips="1" connect="1" arrows="1" fold="1" page="1" pageScale="1" pageWidth="1500" pageHeight="900" math="0" shadow="0">
      <root>
        <mxCell id="0" />
        <mxCell id="1" parent="0" />
        <mxCell id="v1mc-06-title" parent="1" style="text;html=1;fontSize=26;fontStyle=1;align=center;verticalAlign=middle;strokeColor=none;fillColor=none;" value="项目里程碑与证据矩阵：当前状态不可误读" vertex="1">
          <mxGeometry x="40" y="20" width="1420" height="42" as="geometry" />
        </mxCell>
        <mxCell id="c72" parent="1" style="rounded=1;whiteSpace=wrap;html=1;fontSize=14;spacing=8;arcSize=8;fillColor=#d5f5e3;strokeColor=#2e7d32;" value="绿色 已通过 V1.3 Evidence Card Mindmap report passed；不能代表完整 V1" vertex="1">
          <mxGeometry x="80" y="110" width="300" height="95" as="geometry" />
        </mxCell>
        <mxCell id="c73" parent="1" style="rounded=1;whiteSpace=wrap;html=1;fontSize=14;spacing=8;arcSize=8;fillColor=#d5f5e3;strokeColor=#2e7d32;" value="绿色 已通过 V1.4 Reading Map report passed；作为 V1 artifact 输入" vertex="1">
          <mxGeometry x="430" y="110" width="300" height="95" as="geometry" />
        </mxCell>
        <mxCell id="c74" parent="1" style="rounded=1;whiteSpace=wrap;html=1;fontSize=14;spacing=8;arcSize=8;fillColor=#d5f5e3;strokeColor=#2e7d32;" value="绿色 已通过 Launcher / Collapse / Resize 6 张行为截图；仍非完整 V1" vertex="1">
          <mxGeometry x="780" y="110" width="300" height="95" as="geometry" />
        </mxCell>
-         <mxCell id="c75" parent="1" style="rounded=1;whiteSpace=wrap;html=1;fontSize=14;spacing=8;arcSize=8;fillColor=#ffd6d6;strokeColor=#c62828;" value="红色 未通过 Real-site complex pages 6 样本 4 pass / 2 degraded" vertex="1">
+         <mxCell id="c75" parent="1" style="rounded=1;whiteSpace=wrap;html=1;fontSize=14;spacing=8;arcSize=8;fillColor=#d5f5dc;strokeColor=#2e7d32;" value="绿色 当前通过 Real-site complex pages 6 样本 6 pass / 0 degraded / 0 blocked / 6 highlighted" vertex="1">
          <mxGeometry x="1130" y="110" width="300" height="95" as="geometry" />
        </mxCell>
-         <mxCell id="c76" parent="1" style="rounded=1;whiteSpace=wrap;html=1;fontSize=14;spacing=8;arcSize=8;fillColor=#ffd6d6;strokeColor=#c62828;" value="红色 未通过 External visual acceptance 因 real-site failed 而 failed" vertex="1">
+         <mxCell id="c76" parent="1" style="rounded=1;whiteSpace=wrap;html=1;fontSize=14;spacing=8;arcSize=8;fillColor=#d5f5e3;strokeColor=#2e7d32;" value="绿色 自动化通过 External visual acceptance 5 commands pass / 6 visual samples pass" vertex="1">
          <mxGeometry x="250" y="290" width="330" height="95" as="geometry" />
        </mxCell>
-         <mxCell id="c77" parent="1" style="rounded=1;whiteSpace=wrap;html=1;fontSize=14;spacing=8;arcSize=8;fillColor=#ffd6d6;strokeColor=#c62828;" value="红色 未通过 V1 mainline closeout No completion claim" vertex="1">
+         <mxCell id="c77" parent="1" style="rounded=1;whiteSpace=wrap;html=1;fontSize=14;spacing=8;arcSize=8;fillColor=#d5f5dc;strokeColor=#2e7d32;" value="绿色 当前候选通过 V1 mainline closeout upstream 5/5 passed" vertex="1">
          <mxGeometry x="610" y="290" width="330" height="95" as="geometry" />
        </mxCell>
-         <mxCell id="c78" parent="1" style="rounded=1;whiteSpace=wrap;html=1;fontSize=14;spacing=8;arcSize=8;fillColor=#dbeafe;strokeColor=#1d4ed8;" value="蓝色 待执行 V1-MC-SJ hardening 小红书首页 + 观察者详情页修复与复验" vertex="1">
+         <mxCell id="c78" parent="1" style="rounded=1;whiteSpace=wrap;html=1;fontSize=14;spacing=8;arcSize=8;fillColor=#dbeafe;strokeColor=#1d4ed8;" value="蓝色 待人工核查 V1-MC-SJ hardening 已自动化复验通过；B站/小红书/观察者证据进入人工体验 review" vertex="1">
          <mxGeometry x="970" y="290" width="330" height="95" as="geometry" />
        </mxCell>
        <mxCell id="c79" parent="1" style="rounded=1;whiteSpace=wrap;html=1;fontSize=14;spacing=8;arcSize=8;fillColor=#eeeeee;strokeColor=#666666;" value="灰色 待人工 human-review-checklist reviewStatus: pending 自动化不能替代人工体验核查" vertex="1">
          <mxGeometry x="420" y="480" width="660" height="110" as="geometry" />
        </mxCell>
        <mxCell id="c80" parent="1" style="rounded=1;whiteSpace=wrap;html=1;fontSize=13;spacing=8;arcSize=8;fillColor=#f8fafc;strokeColor=#94a3b8;" value="出门顺序：V1.3/V1.4/launcher 作为上游输入 -&gt; real-site 6/6 pass -&gt; external visual pass -&gt; mainline report pass -&gt; 人工产品体验核查 -&gt; 才能进入完整 V1 complete 候选审计。" vertex="1">
          <mxGeometry x="180" y="680" width="1140" height="80" as="geometry" />
        </mxCell>
      </root>
    </mxGraphModel>
  </diagram>
  <diagram id="v1mc-07" name="07 验收门槛与出门条件">
    <mxGraphModel dx="1500" dy="900" grid="1" gridSize="10" guides="1" tooltips="1" connect="1" arrows="1" fold="1" page="1" pageScale="1" pageWidth="1500" pageHeight="900" math="0" shadow="0">
      <root>
        <mxCell id="0" />
        <mxCell id="1" parent="0" />
        <mxCell id="v1mc-07-title" parent="1" style="text;html=1;fontSize=26;fontStyle=1;align=center;verticalAlign=middle;strokeColor=none;fillColor=none;" value="验收门槛与出门条件：防 false-green" vertex="1">
          <mxGeometry x="40" y="20" width="1420" height="42" as="geometry" />
        </mxCell>
        <mxCell id="c81" parent="1" style="rounded=1;whiteSpace=wrap;html=1;fontSize=14;spacing=8;arcSize=8;fillColor=#d5f5e3;strokeColor=#2e7d32;" value="用户体验门槛 贴边 launcher、展开/折叠/resize、Chat/Debug/Settings、读取、总结、问答、Mindmap、Reading Map 可用" vertex="1">
          <mxGeometry x="80" y="110" width="390" height="115" as="geometry" />
        </mxCell>
-         <mxCell id="c82" parent="1" style="rounded=1;whiteSpace=wrap;html=1;fontSize=14;spacing=8;arcSize=8;fillColor=#ffd6d6;strokeColor=#c62828;" value="复杂站点门槛 B站 / 小红书 / 观察者网 首页+详情 6/6 pass 小红书首页和观察者详情页不得 fallback-only" vertex="1">
+         <mxCell id="c82" parent="1" style="rounded=1;whiteSpace=wrap;html=1;fontSize=14;spacing=8;arcSize=8;fillColor=#fff3bf;strokeColor=#b7791f;" value="复杂站点门槛 B站 / 小红书 / 观察者网 首页+详情 6/6 pass；fresh validation 不得 fallback-only" vertex="1">
          <mxGeometry x="555" y="110" width="390" height="130" as="geometry" />
        </mxCell>
        <mxCell id="c83" parent="1" style="rounded=1;whiteSpace=wrap;html=1;fontSize=14;spacing=8;arcSize=8;fillColor=#fff3bf;strokeColor=#b7791f;" value="Source Evidence 门槛 highlighted / fallback_shown / blocked 三态 UI、JSON、HTML、截图一致 成功必须有 Navia marker" vertex="1">
          <mxGeometry x="1030" y="110" width="390" height="130" as="geometry" />
        </mxCell>
        <mxCell id="c84" parent="1" style="rounded=1;whiteSpace=wrap;html=1;fontSize=14;spacing=8;arcSize=8;fillColor=#dbeafe;strokeColor=#1d4ed8;" value="自动化门槛 headless-first；Chrome --mute-audio；可见截图需提前告知并结束后关闭；testCommands 记录真实 passed/failed" vertex="1">
          <mxGeometry x="80" y="315" width="390" height="130" as="geometry" />
        </mxCell>
        <mxCell id="c85" parent="1" style="rounded=1;whiteSpace=wrap;html=1;fontSize=14;spacing=8;arcSize=8;fillColor=#dbeafe;strokeColor=#1d4ed8;" value="报告门槛 上游 evidence 路径存在；fatal/major 为空；claim 在允许范围内；旧 failed evidence 已解释" vertex="1">
          <mxGeometry x="555" y="315" width="390" height="130" as="geometry" />
        </mxCell>
        <mxCell id="c86" parent="1" style="rounded=1;whiteSpace=wrap;html=1;fontSize=14;spacing=8;arcSize=8;fillColor=#ffd6d6;strokeColor=#c62828;" value="No-Go 不能声明完整 V1 complete 不能把 public no-login 写成 logged-in 不能把 fallback 写成 highlighted 不能引入禁用 V2+ 能力" vertex="1">
          <mxGeometry x="1030" y="315" width="390" height="150" as="geometry" />
        </mxCell>
-         <mxCell id="c87" parent="1" style="rounded=1;whiteSpace=wrap;html=1;fontSize=14;spacing=8;arcSize=8;fillColor=#dbeafe;strokeColor=#1d4ed8;" value="允许声明条件 仅当 real-site、external visual、mainline closeout 全部 passed，才可声明： V1 mainline closeout candidate passed automated acceptance" vertex="1">
+         <mxCell id="c87" parent="1" style="rounded=1;whiteSpace=wrap;html=1;fontSize=14;spacing=8;arcSize=8;fillColor=#dbeafe;strokeColor=#1d4ed8;" value="允许声明条件 仅当 real-site 6/6 pass、0 degraded、0 blocked，external visual 与 mainline closeout 全部 passed，才可声明 V1-MC automated candidate pass" vertex="1">
          <mxGeometry x="230" y="560" width="1040" height="120" as="geometry" />
        </mxCell>
-         <mxCell id="c88" parent="1" style="rounded=1;whiteSpace=wrap;html=1;fontSize=14;spacing=8;arcSize=8;fillColor=#ffd6d6;strokeColor=#c62828;" value="当前状态 No completion claim. V1 mainline closeout candidate has blocking issues. 人工 review 仍 pending。" vertex="1">
+         <mxCell id="c88" parent="1" style="rounded=1;whiteSpace=wrap;html=1;fontSize=14;spacing=8;arcSize=8;fillColor=#d5f5dc;strokeColor=#2e7d32;" value="当前状态 V1-MC automated candidate passed。人工 review 仍 pending，完整 V1 complete 仍 No-Go。" vertex="1">
          <mxGeometry x="410" y="735" width="680" height="75" as="geometry" />
        </mxCell>
      </root>
    </mxGraphModel>
  </diagram>
  <diagram id="v1mc-08" name="08 风险路线与备选技术">
    <mxGraphModel dx="1500" dy="900" grid="1" gridSize="10" guides="1" tooltips="1" connect="1" arrows="1" fold="1" page="1" pageScale="1" pageWidth="1500" pageHeight="900" math="0" shadow="0">
      <root>
        <mxCell id="0" />
        <mxCell id="1" parent="0" />
        <mxCell id="t08" value="风险路线与备选技术：高风险不改写为通过" style="text;html=1;fontSize=24;fontStyle=1;align=center;verticalAlign=middle;strokeColor=none;fillColor=none;" vertex="1" parent="1">
          <mxGeometry x="40" y="20" width="1420" height="42" as="geometry" />
        </mxCell>
-         <mxCell id="r8a" value="A 登录态 Chrome CDP&#10;适用：用户主动提供 NAVIA_CDP_URL，扩展已加载&#10;优点：最接近真实登录态&#10;缺点：需人工配合，不能接管主 profile&#10;允许：logged-in validation，仅限覆盖页面" style="rounded=1;whiteSpace=wrap;html=1;fontSize=13;spacing=8;arcSize=8;fillColor=#dbeafe;strokeColor=#1d4ed8;fontStyle=1;" vertex="1" parent="1">
+         <mxCell id="r8a" value="A 登录态 Chrome CDP&#xa;适用：路线 B 出错后，用户主动提供 NAVIA_CDP_URL，扩展已加载&#xa;优点：最接近真实登录态，适合作为复验路线&#xa;缺点：需人工配合，不能接管主 profile&#xa;允许：logged-in validation，仅限覆盖页面" style="rounded=1;whiteSpace=wrap;html=1;fontSize=13;spacing=8;arcSize=8;fillColor=#dbeafe;strokeColor=#1d4ed8;fontStyle=1;" vertex="1" parent="1">
          <mxGeometry x="60" y="100" width="330" height="135" as="geometry" />
        </mxCell>
-         <mxCell id="r8b" value="B 专用测试 profile / cookie 注入&#10;适用：隔离 profile 可加载扩展，cookie 有效&#10;优点：可重复，不污染主 profile&#10;缺点：cookie 过期或风控会降级&#10;允许：cookie-injected / dedicated-profile validation" style="rounded=1;whiteSpace=wrap;html=1;fontSize=13;spacing=8;arcSize=8;fillColor=#dbeafe;strokeColor=#1d4ed8;fontStyle=1;" vertex="1" parent="1">
+         <mxCell id="r8b" value="B 首选 专用测试 profile / cookie 注入&#xa;适用：隔离 profile 可加载扩展，cookie 有效&#xa;优点：可重复，不污染主 profile&#xa;降级条件：专用 profile 或依赖缺失时转路线 A / C&#xa;允许：cookie-injected / dedicated-profile validation" style="rounded=1;whiteSpace=wrap;html=1;fontSize=13;spacing=8;arcSize=8;fillColor=#d5f5e3;strokeColor=#2e7d32;fontStyle=1;" vertex="1" parent="1">
          <mxGeometry x="420" y="100" width="330" height="135" as="geometry" />
        </mxCell>
-         <mxCell id="r8c" value="C public no-login headless&#10;适用：登录态不可用但公开页面可访问&#10;优点：低打扰、可静音、自动化稳定&#10;缺点：不能证明登录态体验&#10;允许：public no-login evidence" style="rounded=1;whiteSpace=wrap;html=1;fontSize=13;spacing=8;arcSize=8;fillColor=#dbeafe;strokeColor=#1d4ed8;fontStyle=1;" vertex="1" parent="1">
+         <mxCell id="r8c" value="C public no-login headless&#xa;适用：登录态不可用但公开页面可访问&#xa;优点：低打扰、可静音、自动化稳定&#xa;缺点：不能证明登录态体验&#xa;允许：public no-login evidence" style="rounded=1;whiteSpace=wrap;html=1;fontSize=13;spacing=8;arcSize=8;fillColor=#dbeafe;strokeColor=#1d4ed8;fontStyle=1;" vertex="1" parent="1">
          <mxGeometry x="780" y="100" width="300" height="135" as="geometry" />
        </mxCell>
-         <mxCell id="r8d" value="D blocker + 人工截图补位&#10;适用：A/B/C 均不可用或证据不可信&#10;优点：不做虚假验收&#10;缺点：不能自动化出门&#10;允许：blocked / manual review required" style="rounded=1;whiteSpace=wrap;html=1;fontSize=13;spacing=8;arcSize=8;fillColor=#ffd6d6;strokeColor=#c62828;fontStyle=1;" vertex="1" parent="1">
+         <mxCell id="r8d" value="D blocker + 人工截图补位&#xa;适用：A/B/C 均不可用或证据不可信&#xa;优点：不做虚假验收&#xa;缺点：不能自动化出门&#xa;允许：blocked / manual review required" style="rounded=1;whiteSpace=wrap;html=1;fontSize=13;spacing=8;arcSize=8;fillColor=#ffd6d6;strokeColor=#c62828;fontStyle=1;" vertex="1" parent="1">
          <mxGeometry x="1110" y="100" width="330" height="135" as="geometry" />
        </mxCell>
        <mxCell id="r8e1" value="失败或不可用" style="edgeStyle=orthogonalEdgeStyle;rounded=0;orthogonalLoop=1;jettySize=auto;html=1;endArrow=block;strokeWidth=2;strokeColor=#475569;" edge="1" parent="1" source="r8a" target="r8b">
          <mxGeometry relative="1" as="geometry" />
        </mxCell>
        <mxCell id="r8e2" value="失败或不可用" style="edgeStyle=orthogonalEdgeStyle;rounded=0;orthogonalLoop=1;jettySize=auto;html=1;endArrow=block;strokeWidth=2;strokeColor=#475569;" edge="1" parent="1" source="r8b" target="r8c">
          <mxGeometry relative="1" as="geometry" />
        </mxCell>
        <mxCell id="r8e3" value="失败或不可用" style="edgeStyle=orthogonalEdgeStyle;rounded=0;orthogonalLoop=1;jettySize=auto;html=1;endArrow=block;strokeWidth=2;strokeColor=#475569;" edge="1" parent="1" source="r8c" target="r8d">
          <mxGeometry relative="1" as="geometry" />
        </mxCell>
-         <mxCell id="risk1" value="小红书首页风险&#10;虚拟列表 / 风控 / feed 文本拼接导致 source_not_found_in_dom&#10;目标：feed card sourceRef + card/href/textQuote 多线索定位&#10;No-Go：fallback-only 不能 pass" style="rounded=1;whiteSpace=wrap;html=1;fontSize=13;spacing=8;arcSize=8;fillColor=#fff3bf;strokeColor=#b7791f;fontStyle=1;" vertex="1" parent="1">
+         <mxCell id="risk1" value="小红书首页风险&#xa;虚拟列表 / 风控 / feed 文本拼接可能导致 source_not_found_in_dom&#xa;目标：feed card sourceRef + card/href/textQuote 多线索定位&#xa;No-Go：fresh validation fallback-only 不能 pass" style="rounded=1;whiteSpace=wrap;html=1;fontSize=13;spacing=8;arcSize=8;fillColor=#fff3bf;strokeColor=#b7791f;fontStyle=1;" vertex="1" parent="1">
          <mxGeometry x="80" y="310" width="390" height="130" as="geometry" />
        </mxCell>
-         <mxCell id="risk2" value="观察者详情页风险&#10;正文、评论、推荐、最新视频、侧栏混排&#10;目标：article title / author / time / body 提权&#10;No-Go：反跳到评论或推荐不能 pass" style="rounded=1;whiteSpace=wrap;html=1;fontSize=13;spacing=8;arcSize=8;fillColor=#fff3bf;strokeColor=#b7791f;fontStyle=1;" vertex="1" parent="1">
+         <mxCell id="risk2" value="观察者详情页风险&#xa;正文、评论、推荐、最新视频、侧栏混排&#xa;目标：article title / author / time / body 提权&#xa;No-Go：反跳到评论或推荐不能 pass" style="rounded=1;whiteSpace=wrap;html=1;fontSize=13;spacing=8;arcSize=8;fillColor=#fff3bf;strokeColor=#b7791f;fontStyle=1;" vertex="1" parent="1">
          <mxGeometry x="540" y="310" width="390" height="130" as="geometry" />
        </mxCell>
-         <mxCell id="risk3" value="B站详情页风险&#10;登录态、播放页噪声、推荐区、活动横幅、弹幕设置&#10;目标：标题、简介、UP主、发布信息、播放/弹幕进入主节点&#10;No-Go：public no-login 冒充 logged-in" style="rounded=1;whiteSpace=wrap;html=1;fontSize=13;spacing=8;arcSize=8;fillColor=#fff3bf;strokeColor=#b7791f;fontStyle=1;" vertex="1" parent="1">
+         <mxCell id="risk3" value="B站详情页风险&#xa;登录态、播放页噪声、推荐区、活动横幅、弹幕设置&#xa;目标：标题、简介、UP主、发布信息、播放/弹幕进入主节点&#xa;No-Go：public no-login 冒充 logged-in" style="rounded=1;whiteSpace=wrap;html=1;fontSize=13;spacing=8;arcSize=8;fillColor=#fff3bf;strokeColor=#b7791f;fontStyle=1;" vertex="1" parent="1">
          <mxGeometry x="1000" y="310" width="390" height="130" as="geometry" />
        </mxCell>
-         <mxCell id="risk4" value="E2E false-green 风险&#10;自动化选择更易定位 source card，可能掩盖产品 UI 排序问题&#10;要求：记录 selectedSourceCardIndex、reason、候选卡片和 UI 排序&#10;No-Go：无选择原因却声明通过" style="rounded=1;whiteSpace=wrap;html=1;fontSize=13;spacing=8;arcSize=8;fillColor=#ffd6d6;strokeColor=#c62828;fontStyle=1;" vertex="1" parent="1">
+         <mxCell id="risk4" value="E2E false-green 风险&#xa;自动化选择更易定位 source card，可能掩盖产品 UI 排序问题&#xa;要求：记录 selectedSourceCardIndex、reason、候选卡片和 UI 排序&#xa;No-Go：无选择原因却声明通过" style="rounded=1;whiteSpace=wrap;html=1;fontSize=13;spacing=8;arcSize=8;fillColor=#ffd6d6;strokeColor=#c62828;fontStyle=1;" vertex="1" parent="1">
          <mxGeometry x="80" y="500" width="390" height="130" as="geometry" />
        </mxCell>
-         <mxCell id="risk5" value="Mindmap / Reading Map 视觉风险&#10;窄屏下文本虚影、节点重叠、卡片截断、输入框遮挡&#10;要求：真实截图证明可读性&#10;No-Go：只用 build / unit test 替代视觉验收" style="rounded=1;whiteSpace=wrap;html=1;fontSize=13;spacing=8;arcSize=8;fillColor=#fff3bf;strokeColor=#b7791f;fontStyle=1;" vertex="1" parent="1">
+         <mxCell id="risk5" value="Mindmap / Reading Map 视觉风险&#xa;窄屏下文本虚影、节点重叠、卡片截断、输入框遮挡&#xa;要求：真实截图证明可读性&#xa;No-Go：只用 build / unit test 替代视觉验收" style="rounded=1;whiteSpace=wrap;html=1;fontSize=13;spacing=8;arcSize=8;fillColor=#fff3bf;strokeColor=#b7791f;fontStyle=1;" vertex="1" parent="1">
          <mxGeometry x="540" y="500" width="390" height="130" as="geometry" />
        </mxCell>
-         <mxCell id="risk6" value="出门判断&#10;real-site、external visual、mainline closeout 全部 passed 才允许 automated candidate pass&#10;任一 degraded / blocked 保持 No completion claim&#10;人工 review 仍 pending" style="rounded=1;whiteSpace=wrap;html=1;fontSize=13;spacing=8;arcSize=8;fillColor=#d5f5e3;strokeColor=#2e7d32;fontStyle=1;" vertex="1" parent="1">
+         <mxCell id="risk6" value="出门判断&#xa;当前 real-site 6/6 pass、0 degraded、0 blocked，mainline closeout 为 automated candidate pass&#xa;cookie-injected 证据不得冒充完整 logged-in 全站质量&#xa;人工 review 仍 pending" style="rounded=1;whiteSpace=wrap;html=1;fontSize=13;spacing=8;arcSize=8;fillColor=#fff2cc;strokeColor=#b38f00;fontStyle=1;" vertex="1" parent="1">
          <mxGeometry x="1000" y="500" width="390" height="130" as="geometry" />
        </mxCell>
-         <mxCell id="risk7" value="文档审查结论&#10;当前文档足以指导 V1-MC-SJ 自动化开发。&#10;高失败风险已被路线化，但无法通过文档完全消除。&#10;若 A/B/C 均无法让阻塞样本 located，必须停留 degraded / blocked，不得过度承诺。" style="rounded=1;whiteSpace=wrap;html=1;fontSize=14;spacing=8;arcSize=8;fillColor=#f8fafc;strokeColor=#64748b;fontStyle=1;" vertex="1" parent="1">
+         <mxCell id="risk7" value="文档审查结论&#xa;当前文档足以指导 V1-MC-SJ 质量硬化和自动化复验。&#xa;高失败风险已被路线化，但无法通过文档完全消除。&#xa;若后续 fresh validation 失败，必须保留 degraded / blocked，不得过度承诺。" style="rounded=1;whiteSpace=wrap;html=1;fontSize=14;spacing=8;arcSize=8;fillColor=#f8fafc;strokeColor=#64748b;fontStyle=1;" vertex="1" parent="1">
          <mxGeometry x="270" y="700" width="960" height="95" as="geometry" />
        </mxCell>
      </root>
    </mxGraphModel>
  </diagram>
- </mxfile>+ </mxfile>
